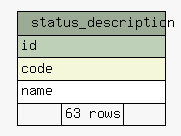
Earlier version of the Graphviz export osznconnection-db/doc/osznconnection/diagrams/summary/status_description.1degree.png (complitex/svn_osznconnection). Its source is kept beside it as osznconnection-db/doc/osznconnection/diagrams/summary/status_description.1degree.dot.
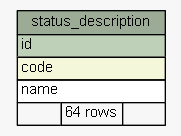
The same diagram one commit later.

Change to the diagram source:
```diff
@@ -22,7 +22,7 @@
       <TR><TD PORT="id" COLSPAN="3" BGCOLOR="#bed1b8" ALIGN="LEFT">id</TD></TR>
       <TR><TD PORT="code" COLSPAN="3" BGCOLOR="#f4f7da" ALIGN="LEFT">code</TD></TR>
       <TR><TD PORT="name" COLSPAN="3" ALIGN="LEFT">name</TD></TR>
-      <TR><TD ALIGN="LEFT" BGCOLOR="#f7f7f7">  </TD><TD ALIGN="RIGHT" BGCOLOR="#f7f7f7">63 rows</TD><TD ALIGN="RIGHT" BGCOLOR="#f7f7f7">  </TD></TR>
+      <TR><TD ALIGN="LEFT" BGCOLOR="#f7f7f7">  </TD><TD ALIGN="RIGHT" BGCOLOR="#f7f7f7">64 rows</TD><TD ALIGN="RIGHT" BGCOLOR="#f7f7f7">  </TD></TR>
     </TABLE>>
     URL="tables/status_description.html"
     tooltip="status_description"
```
